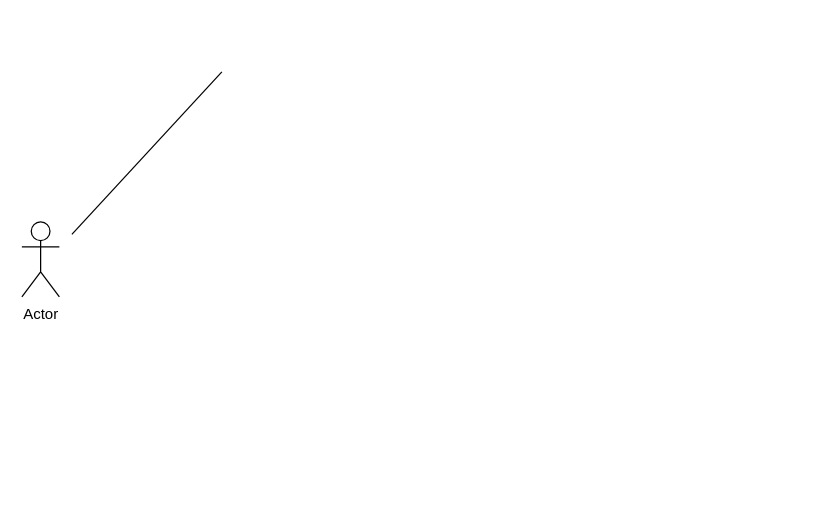
Wijdannn/jobsheet1 keeps this draw.io diagram as use case.drawio. Above is the earlier version. Source tidied: cells renumbered, new cells numbered last; positions are measured from the earlier drawing's top-left corner, leaving out a move shared by most shapes. Both pictures are drawn from the tidied source at 125%, with x=0, y=0 at pixel (21, 71).
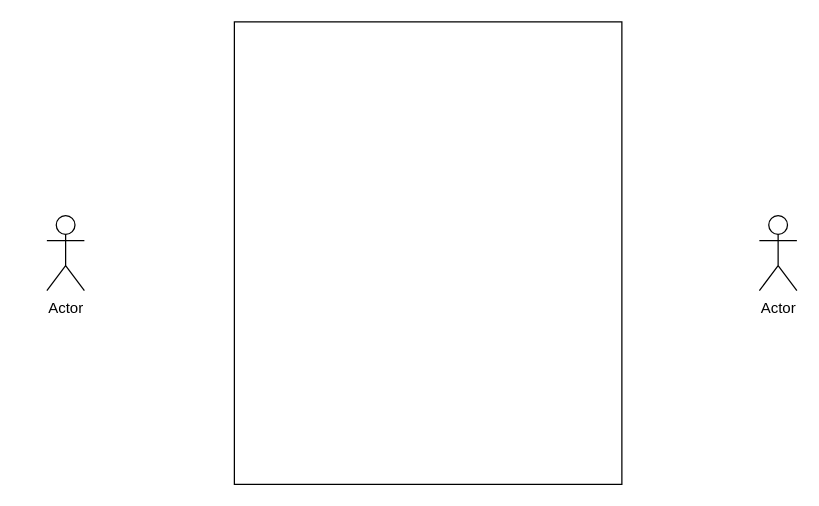
After the change.

Change to the diagram source:
```diff
@@
 <mxGraphModel>
   <root>
     <mxCell id="0" />
     <mxCell id="1" parent="0" />
-    <mxCell id="2" value="Actor" style="shape=umlActor;verticalLabelPosition=bottom;verticalAlign=top;html=1;" parent="1" vertex="1">
-      <mxGeometry y="120" width="30" height="60" as="geometry" />
-    </mxCell>
-    <mxCell id="3" style="endArrow=none;html=1;rounded=0;" parent="1" edge="1">
-      <mxGeometry relative="1" as="geometry">
-        <mxPoint x="40" y="130" as="sourcePoint" />
-        <mxPoint x="160" as="targetPoint" />
-      </mxGeometry>
-    </mxCell>
+    <mxCell id="4" style="rounded=0;whiteSpace=wrap;html=1;" parent="1" vertex="1">
+      <mxGeometry x="170" y="-40" width="310" height="370" as="geometry" />
+    </mxCell>
+    <mxCell id="5" value="Actor" style="shape=umlActor;verticalLabelPosition=bottom;verticalAlign=top;html=1;" parent="1" vertex="1">
+      <mxGeometry x="20" y="115" width="30" height="60" as="geometry" />
+    </mxCell>
+    <mxCell id="6" value="Actor" style="shape=umlActor;verticalLabelPosition=bottom;verticalAlign=top;html=1;" parent="1" vertex="1">
+      <mxGeometry x="590" y="115" width="30" height="60" as="geometry" />
+    </mxCell>
   </root>
 </mxGraphModel>
```
